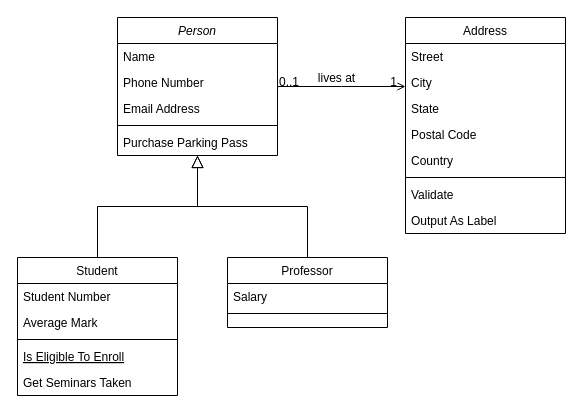
Earlier version of the draw.io diagram Classdiagram.drawio (DanielJohansson1989/Group_Project_Loop_Legends). Source tidied: cells renumbered, new cells numbered last; positions are measured from the earlier drawing's top-left corner, leaving out a move shared by most shapes. Both pictures are drawn from the tidied source at 100%, with x=0, y=0 at pixel (17, 17).
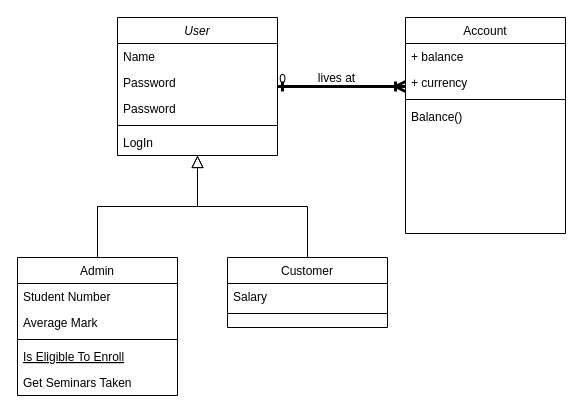
Above is the later version.

What changed in the source:
```diff
@@
-    <mxCell id="2" value="Person" style="swimlane;fontStyle=2;align=center;verticalAlign=top;horizontal=1;startSize=26;rounded=0;shadow=0;strokeWidth=1;" parent="1" vertex="1">
+    <mxCell id="2" value="User" style="swimlane;fontStyle=2;align=center;verticalAlign=top;horizontal=1;startSize=26;rounded=0;shadow=0;strokeWidth=1;" parent="1" vertex="1">
       <mxGeometry x="100" width="160" height="138" as="geometry" />
     </mxCell>
@@
-    <mxCell id="4" value="Phone Number" style="text;align=left;verticalAlign=top;spacingLeft=4;spacingRight=4;overflow=hidden;rounded=0;shadow=0;html=0;" parent="2" vertex="1">
-      <mxGeometry y="52" width="160" height="26" as="geometry" />
-    </mxCell>
-    <mxCell id="5" value="Email Address" style="text;align=left;verticalAlign=top;spacingLeft=4;spacingRight=4;overflow=hidden;rounded=0;shadow=0;html=0;" parent="2" vertex="1">
-      <mxGeometry y="78" width="160" height="26" as="geometry" />
-    </mxCell>
+    <mxCell id="32" value="Password" style="text;align=left;verticalAlign=top;spacingLeft=4;spacingRight=4;overflow=hidden;" parent="2" vertex="1">
+      <mxGeometry y="52" width="160" height="26" as="geometry" />
+    </mxCell>
+    <mxCell id="33" value="Password" style="text;align=left;verticalAlign=top;spacingLeft=4;spacingRight=4;overflow=hidden;" parent="2" vertex="1">
+      <mxGeometry y="78" width="160" height="26" as="geometry" />
+    </mxCell>
@@
-    <mxCell id="7" value="Purchase Parking Pass" style="text;align=left;verticalAlign=top;spacingLeft=4;spacingRight=4;overflow=hidden;" parent="2" vertex="1">
+    <mxCell id="7" value="LogIn" style="text;align=left;verticalAlign=top;spacingLeft=4;spacingRight=4;overflow=hidden;" parent="2" vertex="1">
       <mxGeometry y="112" width="160" height="26" as="geometry" />
     </mxCell>
-    <mxCell id="8" value="Student" style="swimlane;fontStyle=0;align=center;verticalAlign=top;horizontal=1;startSize=26;rounded=0;shadow=0;strokeWidth=1;" parent="1" vertex="1">
+    <mxCell id="8" value="Admin" style="swimlane;fontStyle=0;align=center;verticalAlign=top;horizontal=1;startSize=26;rounded=0;shadow=0;strokeWidth=1;" parent="1" vertex="1">
       <mxGeometry y="240" width="160" height="138" as="geometry" />
     </mxCell>
@@
-    <mxCell id="15" value="Professor" style="swimlane;fontStyle=0;align=center;verticalAlign=top;horizontal=1;startSize=26;rounded=0;shadow=0;strokeWidth=1;" parent="1" vertex="1">
+    <mxCell id="15" value="Customer" style="swimlane;fontStyle=0;align=center;verticalAlign=top;horizontal=1;startSize=26;rounded=0;shadow=0;strokeWidth=1;" parent="1" vertex="1">
       <mxGeometry x="210" y="240" width="160" height="70" as="geometry" />
     </mxCell>
@@
-    <mxCell id="19" value="Address" style="swimlane;fontStyle=0;align=center;verticalAlign=top;horizontal=1;startSize=26;rounded=0;shadow=0;strokeWidth=1;" parent="1" vertex="1">
+    <mxCell id="19" value="Account" style="swimlane;fontStyle=0;align=center;verticalAlign=top;horizontal=1;startSize=26;rounded=0;shadow=0;strokeWidth=1;" parent="1" vertex="1">
       <mxGeometry x="388" width="160" height="216" as="geometry" />
     </mxCell>
-    <mxCell id="20" value="Street" style="text;align=left;verticalAlign=top;spacingLeft=4;spacingRight=4;overflow=hidden;" parent="19" vertex="1">
+    <mxCell id="20" value="+ balance" style="text;align=left;verticalAlign=top;spacingLeft=4;spacingRight=4;overflow=hidden;" parent="19" vertex="1">
       <mxGeometry y="26" width="160" height="26" as="geometry" />
     </mxCell>
-    <mxCell id="21" value="City" style="text;align=left;verticalAlign=top;spacingLeft=4;spacingRight=4;overflow=hidden;rounded=0;shadow=0;html=0;" parent="19" vertex="1">
-      <mxGeometry y="52" width="160" height="26" as="geometry" />
-    </mxCell>
-    <mxCell id="22" value="State" style="text;align=left;verticalAlign=top;spacingLeft=4;spacingRight=4;overflow=hidden;rounded=0;shadow=0;html=0;" parent="19" vertex="1">
-      <mxGeometry y="78" width="160" height="26" as="geometry" />
+    <mxCell id="22" value="+ currency" style="text;align=left;verticalAlign=top;spacingLeft=4;spacingRight=4;overflow=hidden;rounded=0;shadow=0;html=0;" parent="19" vertex="1">
+      <mxGeometry y="52" width="160" height="26" as="geometry" />
     </mxCell>
-    <mxCell id="23" value="Postal Code" style="text;align=left;verticalAlign=top;spacingLeft=4;spacingRight=4;overflow=hidden;rounded=0;shadow=0;html=0;" parent="19" vertex="1">
-      <mxGeometry y="104" width="160" height="26" as="geometry" />
-    </mxCell>
-    <mxCell id="24" value="Country" style="text;align=left;verticalAlign=top;spacingLeft=4;spacingRight=4;overflow=hidden;rounded=0;shadow=0;html=0;" parent="19" vertex="1">
-      <mxGeometry y="130" width="160" height="26" as="geometry" />
-    </mxCell>
     <mxCell id="25" style="line;html=1;strokeWidth=1;align=left;verticalAlign=middle;spacingTop=-1;spacingLeft=3;spacingRight=3;labelPosition=right;" parent="19" vertex="1">
-      <mxGeometry y="156" width="160" height="8" as="geometry" />
+      <mxGeometry y="78" width="160" height="8" as="geometry" />
     </mxCell>
-    <mxCell id="26" value="Validate" style="text;align=left;verticalAlign=top;spacingLeft=4;spacingRight=4;overflow=hidden;" parent="19" vertex="1">
-      <mxGeometry y="164" width="160" height="26" as="geometry" />
+    <mxCell id="26" value="Balance()" style="text;align=left;verticalAlign=top;spacingLeft=4;spacingRight=4;overflow=hidden;" parent="19" vertex="1">
+      <mxGeometry y="86" width="160" height="26" as="geometry" />
     </mxCell>
-    <mxCell id="27" value="Output As Label" style="text;align=left;verticalAlign=top;spacingLeft=4;spacingRight=4;overflow=hidden;" parent="19" vertex="1">
-      <mxGeometry y="190" width="160" height="26" as="geometry" />
-    </mxCell>
-    <mxCell id="28" style="endArrow=open;shadow=0;strokeWidth=1;rounded=0;endFill=1;edgeStyle=elbowEdgeStyle;elbow=vertical;" parent="1" edge="1" source="2" target="19">
+    <mxCell id="28" style="endArrow=ERoneToMany;shadow=0;strokeWidth=3;rounded=0;endFill=0;edgeStyle=elbowEdgeStyle;elbow=vertical;startArrow=ERone;startFill=0;" parent="1" edge="1" source="2" target="19">
       <mxGeometry x="0.5" y="41" relative="1" as="geometry">
         <mxPoint x="-40" y="32" as="offset" />
       </mxGeometry>
     </mxCell>
-    <mxCell id="29" value="0..1" style="align=left;verticalAlign=bottom;labelBackgroundColor=none;fontSize=12;" parent="28" vertex="1">
-      <mxGeometry x="-1" relative="1" as="geometry">
-        <mxPoint y="4" as="offset" />
-      </mxGeometry>
-    </mxCell>
-    <mxCell id="30" value="1" style="align=right;verticalAlign=bottom;labelBackgroundColor=none;fontSize=12;" parent="28" vertex="1">
+    <mxCell id="30" value="0" style="align=right;verticalAlign=bottom;labelBackgroundColor=none;fontSize=12;" parent="28" vertex="1">
       <mxGeometry x="1" relative="1" as="geometry">
-        <mxPoint x="-7" y="4" as="offset" />
+        <mxPoint x="-118" y="1" as="offset" />
       </mxGeometry>
     </mxCell>
```
